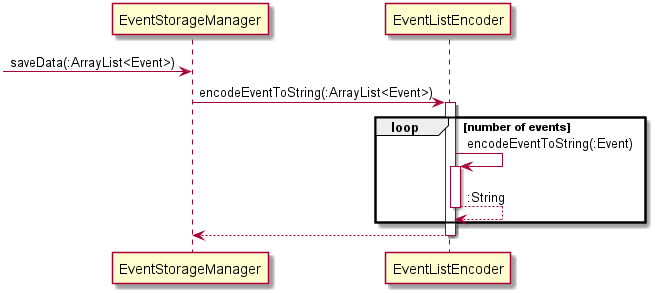
This is docs/diagram/EventStorageSaveSequence.png from untitle4/tp, a PlantUML export, as it was before one commit.
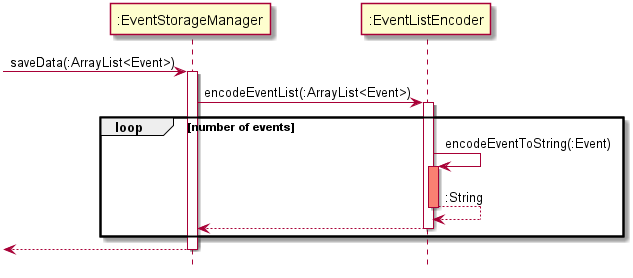
Later version of the same file.

The edit, as a diff of the source:
```diff
@@ -1,18 +1,20 @@
 @startuml
+hide footbox
 
--> EventStorageManager : saveData(:ArrayList<Event>)
-
-EventStorageManager -> EventListEncoder : encodeEventToString(:ArrayList<Event>)
-activate EventListEncoder
+-> ":EventStorageManager" : saveData(:ArrayList<Event>)
+activate ":EventStorageManager"
+":EventStorageManager" -> ":EventListEncoder" : encodeEventList(:ArrayList<Event>)
+activate ":EventListEncoder"
 
 loop number of events
-EventListEncoder -> EventListEncoder : encodeEventToString(:Event)
-activate EventListEncoder
-EventListEncoder --> EventListEncoder : :String
-deactivate EventListEncoder
+":EventListEncoder" -> ":EventListEncoder" : encodeEventToString(:Event)
+activate ":EventListEncoder" #salmon
+":EventListEncoder" --> ":EventListEncoder" : :String
+deactivate ":EventListEncoder"
+":EventListEncoder" --> ":EventStorageManager"
+deactivate ":EventListEncoder"
 end loop
-
-EventListEncoder --> EventStorageManager
-deactivate EventListEncoder
+<-- ":EventStorageManager"
+deactivate ":EventStorageManager"
 
 @enduml
```
